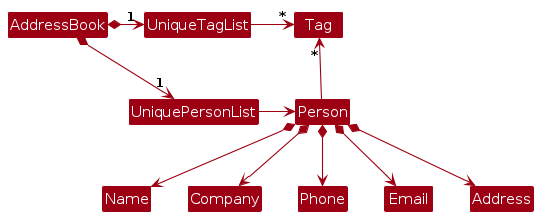
Earlier version of the PlantUML export diagrams/BetterModelClassDiagram.png (reginateh/tp). Its source is kept beside it as diagrams/BetterModelClassDiagram.puml. Source of this version:
```plantuml
@startuml
!include style.puml
skinparam arrowThickness 1.1
skinparam arrowColor MODEL_COLOR
skinparam classBackgroundColor MODEL_COLOR

AddressBook *-right-> "1" UniquePersonList
AddressBook *-right-> "1" UniqueTagList
UniqueTagList -[hidden]down- UniquePersonList
UniqueTagList -[hidden]down- UniquePersonList

UniqueTagList -right-> "*" Tag
UniquePersonList -right-> Person

Person -up-> "*" Tag

Person *--> Name
Person *--> Company
Person *--> Phone
Person *--> Email
Person *--> Address
@enduml
```
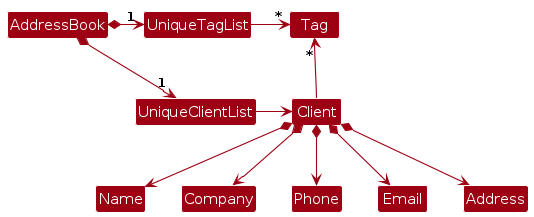
The same diagram one commit later.

What changed in the source:
```diff
@@ -4,19 +4,19 @@
 skinparam arrowColor MODEL_COLOR
 skinparam classBackgroundColor MODEL_COLOR
 
-AddressBook *-right-> "1" UniquePersonList
+AddressBook *-right-> "1" UniqueClientList
 AddressBook *-right-> "1" UniqueTagList
-UniqueTagList -[hidden]down- UniquePersonList
-UniqueTagList -[hidden]down- UniquePersonList
+UniqueTagList -[hidden]down- UniqueClientList
+UniqueTagList -[hidden]down- UniqueClientList
 
 UniqueTagList -right-> "*" Tag
-UniquePersonList -right-> Person
+UniqueClientList -right-> Client
 
-Person -up-> "*" Tag
+Client -up-> "*" Tag
 
-Person *--> Name
-Person *--> Company
-Person *--> Phone
-Person *--> Email
-Person *--> Address
+Client *--> Name
+Client *--> Company
+Client *--> Phone
+Client *--> Email
+Client *--> Address
 @enduml
```
